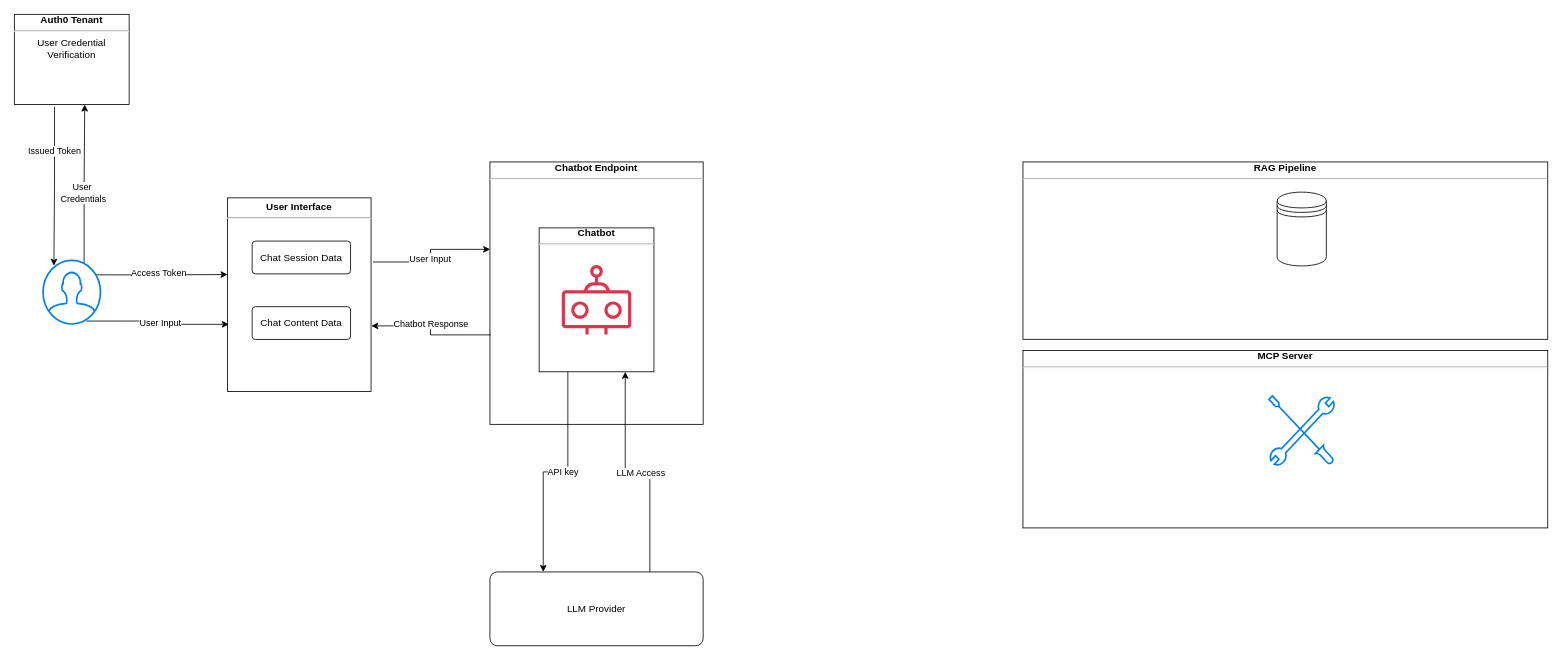
This is 01-threat-model/Threat Model.drawio from Varun-Mohanta/capstone-ai-id-secure, a draw.io file, before an edit. Source tidied: cells renumbered, new cells numbered last; positions are measured from the earlier drawing's top-left corner, leaving out a move shared by most shapes. Both pictures are drawn from the tidied source at 82%, with x=0, y=0 at pixel (14, 14).
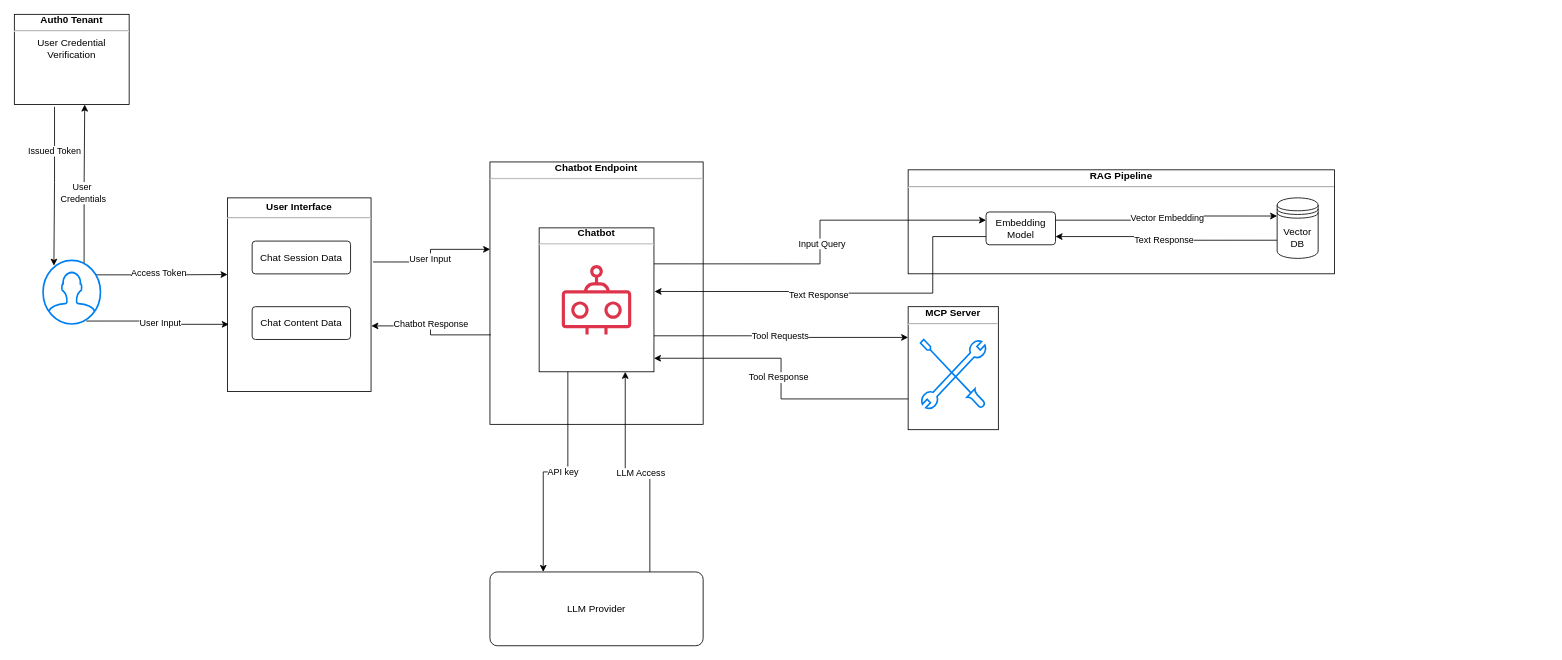
The same page after the edit.

Commit message:
Completed Draft One

Unchanged cells that the change refers to:
```xml
<mxCell id="20" value="&lt;div style=&quot;text-align: center;&quot;&gt;&lt;b style=&quot;background-color: transparent; color: light-dark(#000000, var(--ge-light-color, #ffffff));&quot;&gt;Chatbot&lt;/b&gt;&lt;/div&gt;&lt;hr&gt;&lt;p style=&quot;margin:0px;margin-top:4px;text-align:center;&quot;&gt;&lt;/p&gt;" style="verticalAlign=top;align=left;overflow=fill;html=1;whiteSpace=wrap;fillColor=none;" parent="1" vertex="1">
  <mxGeometry x="640" y="260.4" width="140" height="175.5" as="geometry" />
</mxCell>
```

Diff of the diagram source:
```diff
@@
+    <mxCell id="24" value="&lt;div style=&quot;text-align: center;&quot;&gt;&lt;b style=&quot;background-color: transparent; color: light-dark(#000000, var(--ge-light-color, #ffffff));&quot;&gt;RAG Pipeline&lt;/b&gt;&lt;/div&gt;&lt;hr&gt;&lt;div style=&quot;&quot;&gt;&lt;/div&gt;&lt;p style=&quot;margin:0px;margin-top:4px;text-align:center;&quot;&gt;&lt;/p&gt;" style="verticalAlign=top;align=left;overflow=fill;html=1;whiteSpace=wrap;fillColor=none;" parent="1" vertex="1">
+      <mxGeometry x="1090" y="189.6" width="520" height="126.8" as="geometry" />
+    </mxCell>
@@
+    <mxCell id="31" style="edgeStyle=orthogonalEdgeStyle;rounded=0;jettySize=auto;html=1;exitX=0;exitY=0.7;exitDx=0;exitDy=0;entryX=1;entryY=0.75;entryDx=0;entryDy=0;defaultLabelBackgroundColor=page;" parent="1" edge="1" source="14" target="41">
+      <mxGeometry relative="1" as="geometry" />
+    </mxCell>
+    <mxCell id="32" value="Text Response" style="edgeLabel;html=1;align=center;verticalAlign=middle;inheritText=1;defaultLabelBackgroundColor=page;" parent="31" vertex="1">
+      <mxGeometry x="0.04" y="3" relative="1" as="geometry" />
+    </mxCell>
-    <mxCell id="14" style="shape=datastore;whiteSpace=wrap;html=1;" parent="1" vertex="1">
-      <mxGeometry x="1540" y="216.8" width="60" height="90" as="geometry" />
+    <mxCell id="14" value="Vector DB" style="shape=datastore;whiteSpace=wrap;html=1;" parent="1" vertex="1">
+      <mxGeometry x="1540" y="223.8" width="50" height="73.8" as="geometry" />
     </mxCell>
@@
+    <mxCell id="33" style="edgeStyle=orthogonalEdgeStyle;rounded=0;jettySize=auto;html=1;exitX=1;exitY=0.75;exitDx=0;exitDy=0;entryX=0;entryY=0.25;entryDx=0;entryDy=0;defaultLabelBackgroundColor=page;" parent="1" edge="1" source="20" target="25">
+      <mxGeometry relative="1" as="geometry" />
+    </mxCell>
+    <mxCell id="34" value="Tool Requests" style="edgeLabel;html=1;align=center;verticalAlign=middle;inheritText=1;defaultLabelBackgroundColor=page;" parent="33" vertex="1">
+      <mxGeometry x="-0.01" y="1" relative="1" as="geometry" />
+    </mxCell>
+    <mxCell id="35" style="edgeStyle=orthogonalEdgeStyle;rounded=0;jettySize=auto;html=1;exitX=1;exitY=0.25;exitDx=0;exitDy=0;entryX=0;entryY=0.25;entryDx=0;entryDy=0;defaultLabelBackgroundColor=page;" parent="1" edge="1" source="20" target="41">
+      <mxGeometry relative="1" as="geometry" />
+    </mxCell>
+    <mxCell id="36" value="Input Query" style="edgeLabel;html=1;align=center;verticalAlign=middle;inheritText=1;defaultLabelBackgroundColor=page;" parent="35" vertex="1">
+      <mxGeometry x="-0.01" y="-2" relative="1" as="geometry" />
+    </mxCell>
@@
     <mxCell id="21" style="html=1;verticalLabelPosition=bottom;align=center;labelBackgroundColor=#ffffff;verticalAlign=top;strokeWidth=2;strokeColor=light-dark(#0080F0, #ffffff);shadow=0;dashed=0;shape=mxgraph.ios7.icons.tools;labelPerimeter=1;" parent="1" vertex="1">
-      <mxGeometry x="1530" y="465.3" width="80" height="84.7" as="geometry" />
+      <mxGeometry x="1105" y="396.5" width="80" height="84.7" as="geometry" />
     </mxCell>
@@
-    <mxCell id="24" value="&lt;div style=&quot;text-align: center;&quot;&gt;&lt;b style=&quot;background-color: transparent; color: light-dark(#000000, var(--ge-light-color, #ffffff));&quot;&gt;RAG Pipeline&lt;/b&gt;&lt;/div&gt;&lt;hr&gt;&lt;div style=&quot;&quot;&gt;&lt;/div&gt;&lt;p style=&quot;margin:0px;margin-top:4px;text-align:center;&quot;&gt;&lt;/p&gt;" style="verticalAlign=top;align=left;overflow=fill;html=1;whiteSpace=wrap;fillColor=none;" parent="1" vertex="1">
-      <mxGeometry x="1230" y="180" width="640" height="216.3" as="geometry" />
-    </mxCell>
     <mxCell id="25" value="&lt;div style=&quot;text-align: center;&quot;&gt;&lt;b&gt;MCP Server&lt;/b&gt;&lt;/div&gt;&lt;hr&gt;&lt;div style=&quot;&quot;&gt;&lt;/div&gt;&lt;p style=&quot;margin:0px;margin-top:4px;text-align:center;&quot;&gt;&lt;/p&gt;" style="verticalAlign=top;align=left;overflow=fill;html=1;whiteSpace=wrap;fillColor=none;" parent="1" vertex="1">
-      <mxGeometry x="1230" y="410" width="640" height="216.3" as="geometry" />
+      <mxGeometry x="1090" y="356.5" width="110" height="150" as="geometry" />
     </mxCell>
@@
+    <mxCell id="37" style="edgeStyle=orthogonalEdgeStyle;rounded=0;jettySize=auto;html=1;exitX=0;exitY=0.75;exitDx=0;exitDy=0;entryX=1;entryY=0.906;entryDx=0;entryDy=0;entryPerimeter=0;defaultLabelBackgroundColor=page;" parent="1" edge="1" source="25" target="20">
+      <mxGeometry relative="1" as="geometry" />
+    </mxCell>
+    <mxCell id="38" value="Tool Response" style="edgeLabel;html=1;align=center;verticalAlign=middle;inheritText=1;defaultLabelBackgroundColor=page;" parent="37" vertex="1">
+      <mxGeometry x="0.01" y="4" relative="1" as="geometry" />
+    </mxCell>
+    <mxCell id="39" style="edgeStyle=orthogonalEdgeStyle;rounded=0;jettySize=auto;html=1;entryX=0;entryY=0.3;entryDx=0;entryDy=0;defaultLabelBackgroundColor=page;exitX=1;exitY=0.25;exitDx=0;exitDy=0;" parent="1" edge="1" source="41" target="14">
+      <mxGeometry relative="1" as="geometry" />
+    </mxCell>
+    <mxCell id="40" value="Vector Embedding" style="edgeLabel;html=1;align=center;verticalAlign=middle;inheritText=1;defaultLabelBackgroundColor=page;" parent="39" vertex="1">
+      <mxGeometry y="-1" relative="1" as="geometry" />
+    </mxCell>
+    <mxCell id="41" value="Embedding Model" style="rounded=1;arcSize=10;whiteSpace=wrap;html=1;align=center;fillColor=none;" parent="1" vertex="1">
+      <mxGeometry x="1185" y="241" width="84.7" height="40" as="geometry" />
+    </mxCell>
+    <mxCell id="42" style="edgeStyle=orthogonalEdgeStyle;rounded=0;jettySize=auto;html=1;exitX=0;exitY=0.75;exitDx=0;exitDy=0;entryX=1.005;entryY=0.442;entryDx=0;entryDy=0;entryPerimeter=0;defaultLabelBackgroundColor=page;" parent="1" edge="1" source="41" target="20">
+      <mxGeometry relative="1" as="geometry">
+        <Array as="points">
+          <mxPoint x="1120" y="271" />
+          <mxPoint x="1120" y="340" />
+          <mxPoint x="982.5" y="340" />
+          <mxPoint x="982.5" y="338" />
+        </Array>
+      </mxGeometry>
+    </mxCell>
+    <mxCell id="43" value="Text Response" style="edgeLabel;html=1;align=center;verticalAlign=middle;inheritText=1;defaultLabelBackgroundColor=page;" parent="42" vertex="1">
+      <mxGeometry x="0.14" y="3" relative="1" as="geometry">
+        <mxPoint x="-3" y="-1" as="offset" />
+      </mxGeometry>
+    </mxCell>
```
